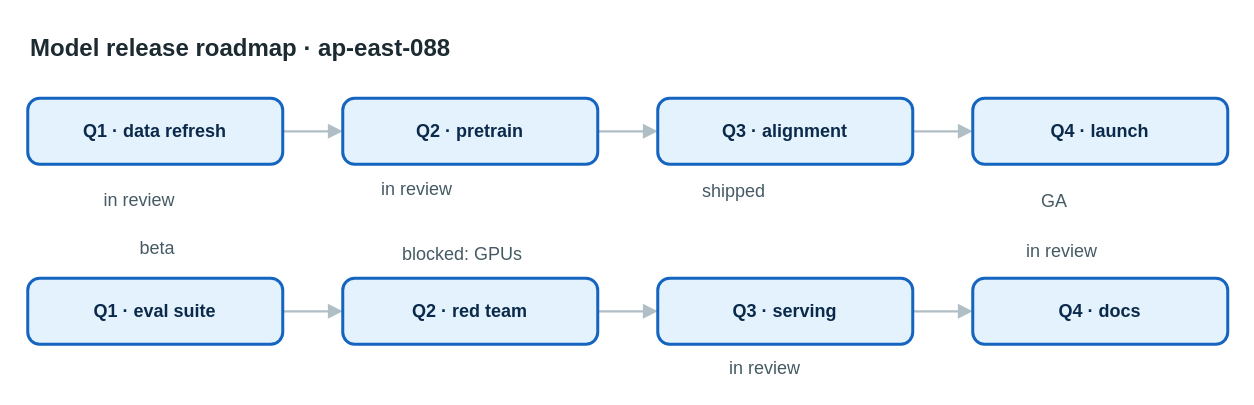
Above: apps/web/public/samples/library/088-model-release-roadmap.drawio in AryanG01/open-apprentice (draw.io), before the change. Source tidied: cells renumbered, new cells numbered last; positions are measured from the earlier drawing's top-left corner, leaving out a move shared by most shapes. Both pictures are drawn from the tidied source at 150%, with x=0, y=0 at pixel (27, 26).
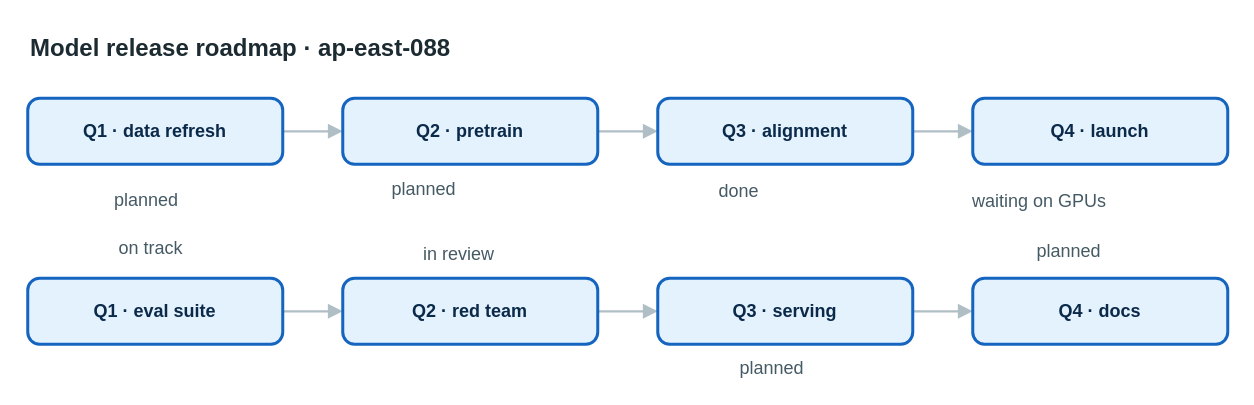
Above is the later version.

Diff of the diagram source:
```diff
@@
-    <mxCell id="17" value="in review" style="text;html=1;align=left;verticalAlign=top;whiteSpace=nowrap;spacing=0;spacingTop=0;strokeColor=none;fillColor=none;fontSize=12;fontColor=#455a64;" parent="1" vertex="1">
-      <mxGeometry x="51" y="104" width="75" height="20" as="geometry" />
+    <mxCell id="17" value="planned" style="text;html=1;align=left;verticalAlign=top;whiteSpace=nowrap;spacing=0;spacingTop=0;strokeColor=none;fillColor=none;fontSize=12;fontColor=#455a64;" parent="1" vertex="1">
+      <mxGeometry x="58" y="104" width="61" height="20" as="geometry" />
     </mxCell>
-    <mxCell id="18" value="in review" style="text;html=1;align=left;verticalAlign=top;whiteSpace=nowrap;spacing=0;spacingTop=0;strokeColor=none;fillColor=none;fontSize=12;fontColor=#455a64;" parent="1" vertex="1">
-      <mxGeometry x="236" y="97" width="75" height="20" as="geometry" />
+    <mxCell id="18" value="planned" style="text;html=1;align=left;verticalAlign=top;whiteSpace=nowrap;spacing=0;spacingTop=0;strokeColor=none;fillColor=none;fontSize=12;fontColor=#455a64;" parent="1" vertex="1">
+      <mxGeometry x="243" y="97" width="61" height="20" as="geometry" />
     </mxCell>
-    <mxCell id="19" value="shipped" style="text;html=1;align=left;verticalAlign=top;whiteSpace=nowrap;spacing=0;spacingTop=0;strokeColor=none;fillColor=none;fontSize=12;fontColor=#455a64;" parent="1" vertex="1">
-      <mxGeometry x="450" y="98" width="61" height="20" as="geometry" />
+    <mxCell id="19" value="done" style="text;html=1;align=left;verticalAlign=top;whiteSpace=nowrap;spacing=0;spacingTop=0;strokeColor=none;fillColor=none;fontSize=12;fontColor=#455a64;" parent="1" vertex="1">
+      <mxGeometry x="461" y="98" width="40" height="20" as="geometry" />
     </mxCell>
-    <mxCell id="20" value="GA" style="text;html=1;align=left;verticalAlign=top;whiteSpace=nowrap;spacing=0;spacingTop=0;strokeColor=none;fillColor=none;fontSize=12;fontColor=#455a64;" parent="1" vertex="1">
-      <mxGeometry x="676" y="105" width="26" height="20" as="geometry" />
+    <mxCell id="20" value="waiting on GPUs" style="text;html=1;align=left;verticalAlign=top;whiteSpace=nowrap;spacing=0;spacingTop=0;strokeColor=none;fillColor=none;fontSize=12;fontColor=#455a64;" parent="1" vertex="1">
+      <mxGeometry x="630" y="105" width="117" height="20" as="geometry" />
     </mxCell>
-    <mxCell id="21" value="beta" style="text;html=1;align=left;verticalAlign=top;whiteSpace=nowrap;spacing=0;spacingTop=0;strokeColor=none;fillColor=none;fontSize=12;fontColor=#455a64;" parent="1" vertex="1">
-      <mxGeometry x="75" y="136" width="40" height="20" as="geometry" />
+    <mxCell id="21" value="on track" style="text;html=1;align=left;verticalAlign=top;whiteSpace=nowrap;spacing=0;spacingTop=0;strokeColor=none;fillColor=none;fontSize=12;fontColor=#455a64;" parent="1" vertex="1">
+      <mxGeometry x="61" y="136" width="68" height="20" as="geometry" />
     </mxCell>
-    <mxCell id="22" value="blocked: GPUs" style="text;html=1;align=left;verticalAlign=top;whiteSpace=nowrap;spacing=0;spacingTop=0;strokeColor=none;fillColor=none;fontSize=12;fontColor=#455a64;" parent="1" vertex="1">
-      <mxGeometry x="250" y="140" width="103" height="20" as="geometry" />
+    <mxCell id="22" value="in review" style="text;html=1;align=left;verticalAlign=top;whiteSpace=nowrap;spacing=0;spacingTop=0;strokeColor=none;fillColor=none;fontSize=12;fontColor=#455a64;" parent="1" vertex="1">
+      <mxGeometry x="264" y="140" width="75" height="20" as="geometry" />
     </mxCell>
-    <mxCell id="23" value="in review" style="text;html=1;align=left;verticalAlign=top;whiteSpace=nowrap;spacing=0;spacingTop=0;strokeColor=none;fillColor=none;fontSize=12;fontColor=#455a64;" parent="1" vertex="1">
-      <mxGeometry x="468" y="216" width="75" height="20" as="geometry" />
+    <mxCell id="23" value="planned" style="text;html=1;align=left;verticalAlign=top;whiteSpace=nowrap;spacing=0;spacingTop=0;strokeColor=none;fillColor=none;fontSize=12;fontColor=#455a64;" parent="1" vertex="1">
+      <mxGeometry x="475" y="216" width="61" height="20" as="geometry" />
     </mxCell>
-    <mxCell id="24" value="in review" style="text;html=1;align=left;verticalAlign=top;whiteSpace=nowrap;spacing=0;spacingTop=0;strokeColor=none;fillColor=none;fontSize=12;fontColor=#455a64;" parent="1" vertex="1">
-      <mxGeometry x="666" y="138" width="75" height="20" as="geometry" />
+    <mxCell id="24" value="planned" style="text;html=1;align=left;verticalAlign=top;whiteSpace=nowrap;spacing=0;spacingTop=0;strokeColor=none;fillColor=none;fontSize=12;fontColor=#455a64;" parent="1" vertex="1">
+      <mxGeometry x="673" y="138" width="61" height="20" as="geometry" />
     </mxCell>
```
